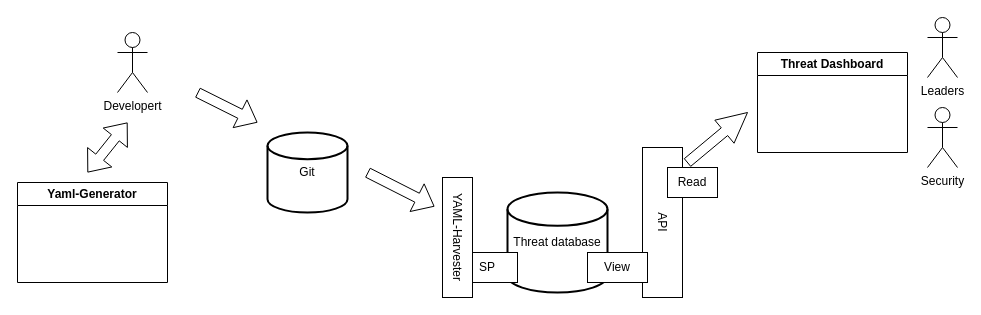
This is docs/User Journey.drawio from Altinn/security-monitoring, a draw.io file, before an edit. Source tidied: cells renumbered, new cells numbered last; positions are measured from the earlier drawing's top-left corner, leaving out a move shared by most shapes. Both pictures are drawn from the tidied source at 100%, with x=0, y=0 at pixel (17, 17).
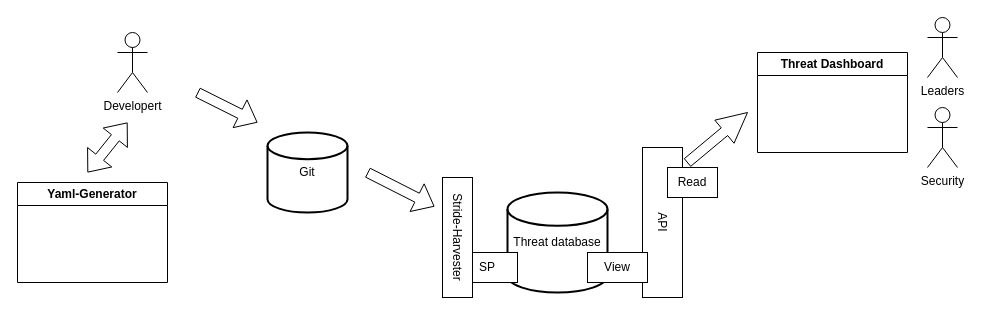
After the change.

What changed in the source:
```diff
@@
-    <mxCell id="16" value="YAML-Harvester" style="rounded=0;whiteSpace=wrap;html=1;rotation=90;" parent="1" vertex="1">
+    <mxCell id="16" value="Stride-Harvester" style="rounded=0;whiteSpace=wrap;html=1;rotation=90;" parent="1" vertex="1">
       <mxGeometry x="380" y="205" width="120" height="30" as="geometry" />
     </mxCell>
```
